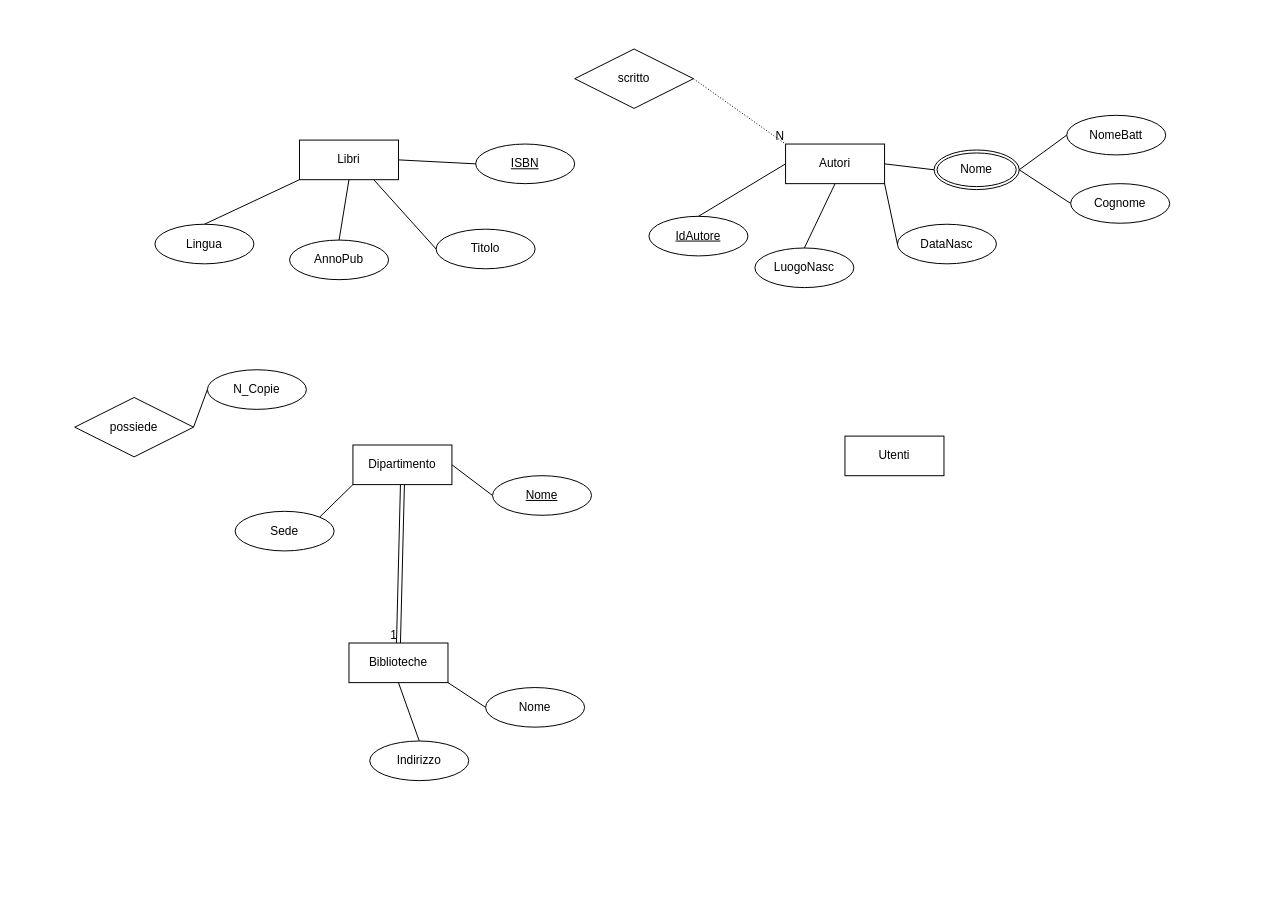
This is Teory/Diagram.drawio from stefanoroda/Progetto_Basi, a draw.io file, before an edit. Source tidied: cells renumbered, new cells numbered last; positions are measured from the earlier drawing's top-left corner, leaving out a move shared by most shapes. Both pictures are drawn from the tidied source at 99%, with x=0, y=0 at pixel (74, 49).
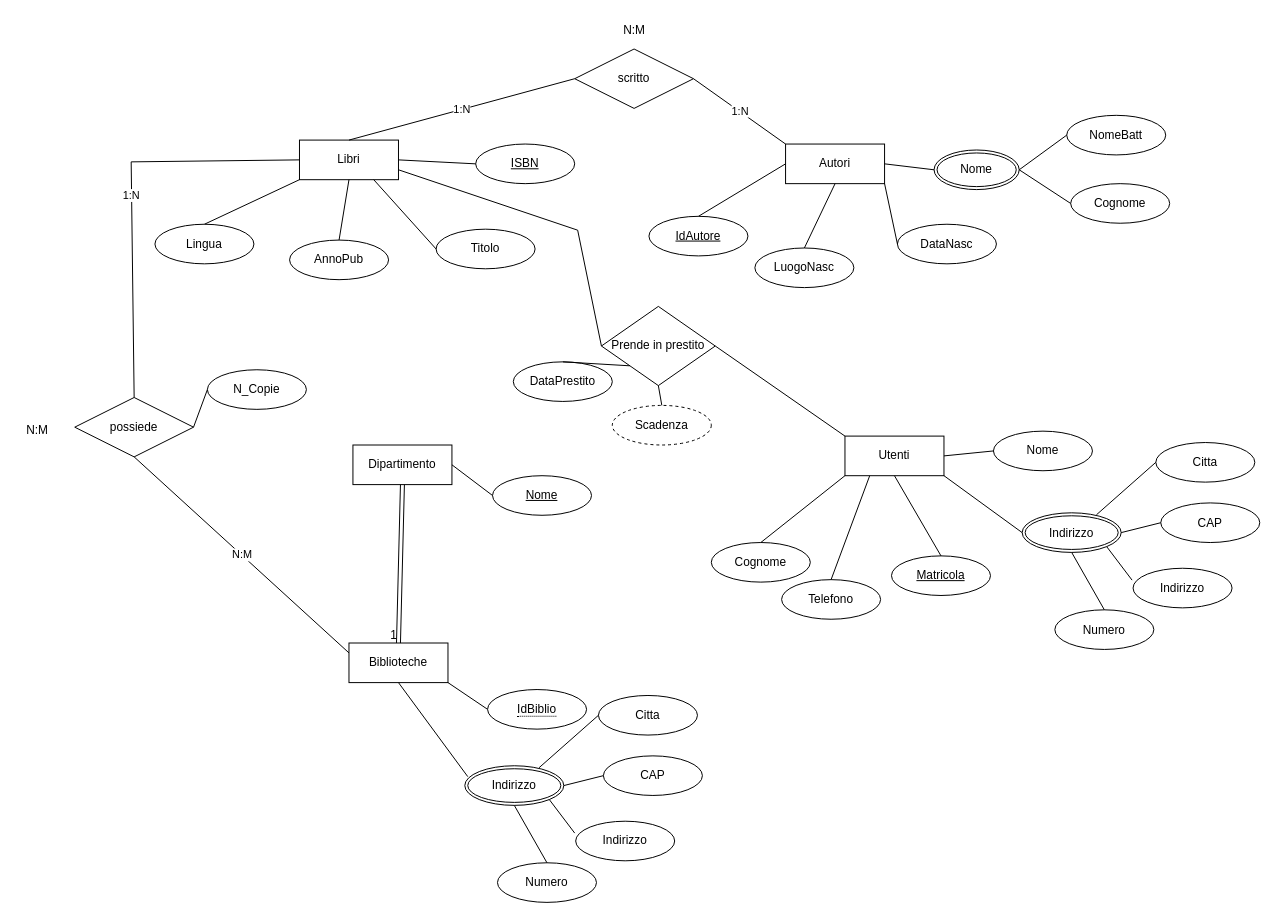
The same page after the edit.

Unchanged cells that the change refers to:
```xml
<mxCell id="2" value="Libri" style="whiteSpace=wrap;html=1;align=center;" parent="1" vertex="1">
  <mxGeometry x="227" y="92" width="100" height="40" as="geometry" />
</mxCell>
<mxCell id="5" value="Autori" style="whiteSpace=wrap;html=1;align=center;" parent="1" vertex="1">
  <mxGeometry x="718" y="96" width="100" height="40" as="geometry" />
</mxCell>
<mxCell id="22" value="Biblioteche" style="whiteSpace=wrap;html=1;align=center;" parent="1" vertex="1">
  <mxGeometry x="277" y="600" width="100" height="40" as="geometry" />
</mxCell>
<mxCell id="25" value="Utenti" style="whiteSpace=wrap;html=1;align=center;" parent="1" vertex="1">
  <mxGeometry x="778" y="391" width="100" height="40" as="geometry" />
</mxCell>
<mxCell id="28" value="Dipartimento" style="whiteSpace=wrap;html=1;align=center;" parent="1" vertex="1">
  <mxGeometry x="281" y="400" width="100" height="40" as="geometry" />
</mxCell>
<mxCell id="37" value="possiede" style="shape=rhombus;perimeter=rhombusPerimeter;whiteSpace=wrap;html=1;align=center;" parent="1" vertex="1">
  <mxGeometry y="352" width="120" height="60" as="geometry" />
</mxCell>
<mxCell id="38" value="scritto" style="shape=rhombus;perimeter=rhombusPerimeter;whiteSpace=wrap;html=1;align=center;" parent="1" vertex="1">
  <mxGeometry x="505" width="120" height="60" as="geometry" />
</mxCell>
```

Diff of the diagram source:
```diff
@@
-    <mxCell id="23" value="Nome" style="ellipse;whiteSpace=wrap;html=1;align=center;" parent="1" vertex="1">
-      <mxGeometry x="415" y="645" width="100" height="40" as="geometry" />
-    </mxCell>
-    <mxCell id="24" value="Indirizzo" style="ellipse;whiteSpace=wrap;html=1;align=center;" parent="1" vertex="1">
-      <mxGeometry x="298" y="699" width="100" height="40" as="geometry" />
-    </mxCell>
@@
-    <mxCell id="26" style="endArrow=none;html=1;rounded=0;exitX=1;exitY=1;exitDx=0;exitDy=0;entryX=0;entryY=0.5;entryDx=0;entryDy=0;" parent="1" edge="1" source="22" target="23">
+    <mxCell id="26" style="endArrow=none;html=1;rounded=0;exitX=1;exitY=1;exitDx=0;exitDy=0;entryX=0;entryY=0.5;entryDx=0;entryDy=0;" parent="1" edge="1" source="22" target="82">
       <mxGeometry relative="1" as="geometry" />
     </mxCell>
-    <mxCell id="27" style="endArrow=none;html=1;rounded=0;exitX=0.5;exitY=1;exitDx=0;exitDy=0;entryX=0.5;entryY=0;entryDx=0;entryDy=0;" parent="1" edge="1" source="22" target="24">
+    <mxCell id="27" style="endArrow=none;html=1;rounded=0;exitX=0.5;exitY=1;exitDx=0;exitDy=0;entryX=0.03;entryY=0.275;entryDx=0;entryDy=0;entryPerimeter=0;" parent="1" edge="1" source="22" target="73">
       <mxGeometry relative="1" as="geometry" />
     </mxCell>
@@
-    <mxCell id="29" value="Sede" style="ellipse;whiteSpace=wrap;html=1;align=center;" parent="1" vertex="1">
-      <mxGeometry x="162" y="467" width="100" height="40" as="geometry" />
-    </mxCell>
@@
-    <mxCell id="34" style="endArrow=none;html=1;rounded=0;exitX=0;exitY=1;exitDx=0;exitDy=0;entryX=1;entryY=0;entryDx=0;entryDy=0;" parent="1" edge="1" source="28" target="29">
-      <mxGeometry relative="1" as="geometry" />
-    </mxCell>
@@
-    <mxCell id="41" style="endArrow=none;html=1;rounded=0;dashed=1;dashPattern=1 2;exitX=1;exitY=0.5;exitDx=0;exitDy=0;entryX=0;entryY=0;entryDx=0;entryDy=0;" parent="1" edge="1" source="38" target="5">
-      <mxGeometry relative="1" as="geometry" />
-    </mxCell>
-    <mxCell id="42" value="N" style="html=1;whiteSpace=wrap;align=right;verticalAlign=bottom;" parent="41" vertex="1">
-      <mxGeometry x="1" relative="1" as="geometry" />
-    </mxCell>
+    <mxCell id="43" value="N:M" style="endArrow=none;html=1;rounded=0;exitX=0.5;exitY=1;exitDx=0;exitDy=0;entryX=0;entryY=0.25;entryDx=0;entryDy=0;" parent="1" edge="1" source="37" target="22">
+      <mxGeometry relative="1" as="geometry" />
+    </mxCell>
+    <mxCell id="44" value="1:N" style="endArrow=none;html=1;rounded=0;exitX=0.5;exitY=0;exitDx=0;exitDy=0;entryX=0;entryY=0.5;entryDx=0;entryDy=0;" parent="1" edge="1" source="37" target="2">
+      <mxGeometry relative="1" as="geometry">
+        <Array as="points">
+          <mxPoint x="57" y="114" />
+        </Array>
+      </mxGeometry>
+    </mxCell>
+    <mxCell id="45" value="1:N" style="endArrow=none;html=1;rounded=0;exitX=0;exitY=0;exitDx=0;exitDy=0;entryX=1;entryY=0.5;entryDx=0;entryDy=0;" parent="1" edge="1" source="5" target="38">
+      <mxGeometry relative="1" as="geometry" />
+    </mxCell>
+    <mxCell id="46" value="1:N" style="endArrow=none;html=1;rounded=0;exitX=0.5;exitY=0;exitDx=0;exitDy=0;entryX=0;entryY=0.5;entryDx=0;entryDy=0;" parent="1" edge="1" source="2" target="38">
+      <mxGeometry relative="1" as="geometry" />
+    </mxCell>
+    <mxCell id="47" value="N:M" style="text;html=1;align=center;verticalAlign=middle;strokeColor=none;fillColor=none;" parent="1" vertex="1">
+      <mxGeometry x="-58" y="372" width="40" height="26" as="geometry" />
+    </mxCell>
+    <mxCell id="48" value="N:M" style="text;html=1;align=center;verticalAlign=middle;strokeColor=none;fillColor=none;" parent="1" vertex="1">
+      <mxGeometry x="545" y="-32" width="40" height="26" as="geometry" />
+    </mxCell>
+    <mxCell id="23" value="Nome" style="ellipse;whiteSpace=wrap;html=1;align=center;" parent="1" vertex="1">
+      <mxGeometry x="928" y="386" width="100" height="40" as="geometry" />
+    </mxCell>
+    <mxCell id="49" value="Cognome" style="ellipse;whiteSpace=wrap;html=1;align=center;" parent="1" vertex="1">
+      <mxGeometry x="643" y="498.5" width="100" height="40" as="geometry" />
+    </mxCell>
+    <mxCell id="50" value="Telefono" style="ellipse;whiteSpace=wrap;html=1;align=center;" parent="1" vertex="1">
+      <mxGeometry x="714" y="536" width="100" height="40" as="geometry" />
+    </mxCell>
+    <mxCell id="51" value="Matricola" style="ellipse;whiteSpace=wrap;html=1;align=center;fontStyle=4;" parent="1" vertex="1">
+      <mxGeometry x="825" y="512" width="100" height="40" as="geometry" />
+    </mxCell>
+    <mxCell id="52" value="Indirizzo" style="ellipse;shape=doubleEllipse;margin=3;whiteSpace=wrap;html=1;align=center;" parent="1" vertex="1">
+      <mxGeometry x="957" y="468.5" width="100" height="40" as="geometry" />
+    </mxCell>
+    <mxCell id="53" value="Citta" style="ellipse;whiteSpace=wrap;html=1;align=center;" parent="1" vertex="1">
+      <mxGeometry x="1092" y="397.5" width="100" height="40" as="geometry" />
+    </mxCell>
+    <mxCell id="54" value="CAP" style="ellipse;whiteSpace=wrap;html=1;align=center;" parent="1" vertex="1">
+      <mxGeometry x="1097" y="458.5" width="100" height="40" as="geometry" />
+    </mxCell>
+    <mxCell id="55" value="Indirizzo" style="ellipse;whiteSpace=wrap;html=1;align=center;" parent="1" vertex="1">
+      <mxGeometry x="1069" y="524.5" width="100" height="40" as="geometry" />
+    </mxCell>
+    <mxCell id="56" value="Numero" style="ellipse;whiteSpace=wrap;html=1;align=center;" parent="1" vertex="1">
+      <mxGeometry x="990" y="566.5" width="100" height="40" as="geometry" />
+    </mxCell>
+    <mxCell id="57" style="endArrow=none;html=1;rounded=0;exitX=1;exitY=0.5;exitDx=0;exitDy=0;entryX=0;entryY=0.5;entryDx=0;entryDy=0;" parent="1" edge="1" source="52" target="54">
+      <mxGeometry relative="1" as="geometry" />
+    </mxCell>
+    <mxCell id="58" style="endArrow=none;html=1;rounded=0;entryX=1;entryY=1;entryDx=0;entryDy=0;exitX=-0.01;exitY=0.3;exitDx=0;exitDy=0;exitPerimeter=0;" parent="1" edge="1" source="55" target="52">
+      <mxGeometry relative="1" as="geometry" />
+    </mxCell>
+    <mxCell id="59" style="endArrow=none;html=1;rounded=0;entryX=0.5;entryY=1;entryDx=0;entryDy=0;exitX=0.5;exitY=0;exitDx=0;exitDy=0;" parent="1" edge="1" source="56" target="52">
+      <mxGeometry relative="1" as="geometry" />
+    </mxCell>
+    <mxCell id="60" style="endArrow=none;html=1;rounded=0;exitX=0.75;exitY=0.05;exitDx=0;exitDy=0;exitPerimeter=0;entryX=0;entryY=0.5;entryDx=0;entryDy=0;" parent="1" edge="1" source="52" target="53">
+      <mxGeometry relative="1" as="geometry" />
+    </mxCell>
+    <mxCell id="61" style="endArrow=none;html=1;rounded=0;entryX=0.5;entryY=1;entryDx=0;entryDy=0;exitX=0.5;exitY=0;exitDx=0;exitDy=0;" parent="1" edge="1" source="51" target="25">
+      <mxGeometry relative="1" as="geometry" />
+    </mxCell>
+    <mxCell id="62" style="endArrow=none;html=1;rounded=0;entryX=0.25;entryY=1;entryDx=0;entryDy=0;exitX=0.5;exitY=0;exitDx=0;exitDy=0;" parent="1" edge="1" source="50" target="25">
+      <mxGeometry relative="1" as="geometry" />
+    </mxCell>
+    <mxCell id="63" style="endArrow=none;html=1;rounded=0;exitX=0.5;exitY=0;exitDx=0;exitDy=0;entryX=0;entryY=1;entryDx=0;entryDy=0;" parent="1" edge="1" source="49" target="25">
+      <mxGeometry relative="1" as="geometry" />
+    </mxCell>
+    <mxCell id="64" style="endArrow=none;html=1;rounded=0;exitX=1;exitY=0.5;exitDx=0;exitDy=0;entryX=0;entryY=0.5;entryDx=0;entryDy=0;" parent="1" edge="1" source="25" target="23">
+      <mxGeometry relative="1" as="geometry" />
+    </mxCell>
+    <mxCell id="65" style="endArrow=none;html=1;rounded=0;entryX=1;entryY=1;entryDx=0;entryDy=0;exitX=0;exitY=0.5;exitDx=0;exitDy=0;" parent="1" edge="1" source="52" target="25">
+      <mxGeometry relative="1" as="geometry" />
+    </mxCell>
+    <mxCell id="66" value="Prende in prestito" style="rhombus;whiteSpace=wrap;html=1;" parent="1" vertex="1">
+      <mxGeometry x="532" y="260" width="115" height="80" as="geometry" />
+    </mxCell>
+    <mxCell id="67" style="endArrow=none;html=1;rounded=0;exitX=0;exitY=0.5;exitDx=0;exitDy=0;entryX=1;entryY=0.75;entryDx=0;entryDy=0;" parent="1" edge="1" source="66" target="2">
+      <mxGeometry relative="1" as="geometry">
+        <Array as="points">
+          <mxPoint x="508" y="183" />
+        </Array>
+      </mxGeometry>
+    </mxCell>
+    <mxCell id="68" style="endArrow=none;html=1;rounded=0;exitX=1;exitY=0.5;exitDx=0;exitDy=0;entryX=0;entryY=0;entryDx=0;entryDy=0;" parent="1" edge="1" source="66" target="25">
+      <mxGeometry relative="1" as="geometry" />
+    </mxCell>
+    <mxCell id="69" value="Scadenza" style="ellipse;whiteSpace=wrap;html=1;align=center;dashed=1;" parent="1" vertex="1">
+      <mxGeometry x="543" y="360" width="100" height="40" as="geometry" />
+    </mxCell>
+    <mxCell id="70" value="DataPrestito" style="ellipse;whiteSpace=wrap;html=1;align=center;" parent="1" vertex="1">
+      <mxGeometry x="443" y="316" width="100" height="40" as="geometry" />
+    </mxCell>
+    <mxCell id="71" style="endArrow=none;html=1;rounded=0;exitX=0.5;exitY=0;exitDx=0;exitDy=0;entryX=0.5;entryY=1;entryDx=0;entryDy=0;" parent="1" edge="1" source="69" target="66">
+      <mxGeometry relative="1" as="geometry" />
+    </mxCell>
+    <mxCell id="72" style="endArrow=none;html=1;rounded=0;exitX=0.5;exitY=0;exitDx=0;exitDy=0;entryX=0;entryY=1;entryDx=0;entryDy=0;" parent="1" edge="1" source="70" target="66">
+      <mxGeometry relative="1" as="geometry" />
+    </mxCell>
+    <mxCell id="73" value="Indirizzo" style="ellipse;shape=doubleEllipse;margin=3;whiteSpace=wrap;html=1;align=center;" parent="1" vertex="1">
+      <mxGeometry x="394" y="724" width="100" height="40" as="geometry" />
+    </mxCell>
+    <mxCell id="74" value="Citta" style="ellipse;whiteSpace=wrap;html=1;align=center;" parent="1" vertex="1">
+      <mxGeometry x="529" y="653" width="100" height="40" as="geometry" />
+    </mxCell>
+    <mxCell id="75" value="CAP" style="ellipse;whiteSpace=wrap;html=1;align=center;" parent="1" vertex="1">
+      <mxGeometry x="534" y="714" width="100" height="40" as="geometry" />
+    </mxCell>
+    <mxCell id="76" value="Indirizzo" style="ellipse;whiteSpace=wrap;html=1;align=center;" parent="1" vertex="1">
+      <mxGeometry x="506" y="780" width="100" height="40" as="geometry" />
+    </mxCell>
+    <mxCell id="77" value="Numero" style="ellipse;whiteSpace=wrap;html=1;align=center;" parent="1" vertex="1">
+      <mxGeometry x="427" y="822" width="100" height="40" as="geometry" />
+    </mxCell>
+    <mxCell id="78" style="endArrow=none;html=1;rounded=0;exitX=1;exitY=0.5;exitDx=0;exitDy=0;entryX=0;entryY=0.5;entryDx=0;entryDy=0;" parent="1" edge="1" source="73" target="75">
+      <mxGeometry relative="1" as="geometry" />
+    </mxCell>
+    <mxCell id="79" style="endArrow=none;html=1;rounded=0;entryX=1;entryY=1;entryDx=0;entryDy=0;exitX=-0.01;exitY=0.3;exitDx=0;exitDy=0;exitPerimeter=0;" parent="1" edge="1" source="76" target="73">
+      <mxGeometry relative="1" as="geometry" />
+    </mxCell>
+    <mxCell id="80" style="endArrow=none;html=1;rounded=0;entryX=0.5;entryY=1;entryDx=0;entryDy=0;exitX=0.5;exitY=0;exitDx=0;exitDy=0;" parent="1" edge="1" source="77" target="73">
+      <mxGeometry relative="1" as="geometry" />
+    </mxCell>
+    <mxCell id="81" style="endArrow=none;html=1;rounded=0;exitX=0.75;exitY=0.05;exitDx=0;exitDy=0;exitPerimeter=0;entryX=0;entryY=0.5;entryDx=0;entryDy=0;" parent="1" edge="1" source="73" target="74">
+      <mxGeometry relative="1" as="geometry" />
+    </mxCell>
+    <mxCell id="82" value="&lt;span style=&quot;border-bottom: 1px dotted&quot;&gt;IdBiblio&lt;/span&gt;" style="ellipse;whiteSpace=wrap;html=1;align=center;" parent="1" vertex="1">
+      <mxGeometry x="417" y="647" width="100" height="40" as="geometry" />
+    </mxCell>
```
